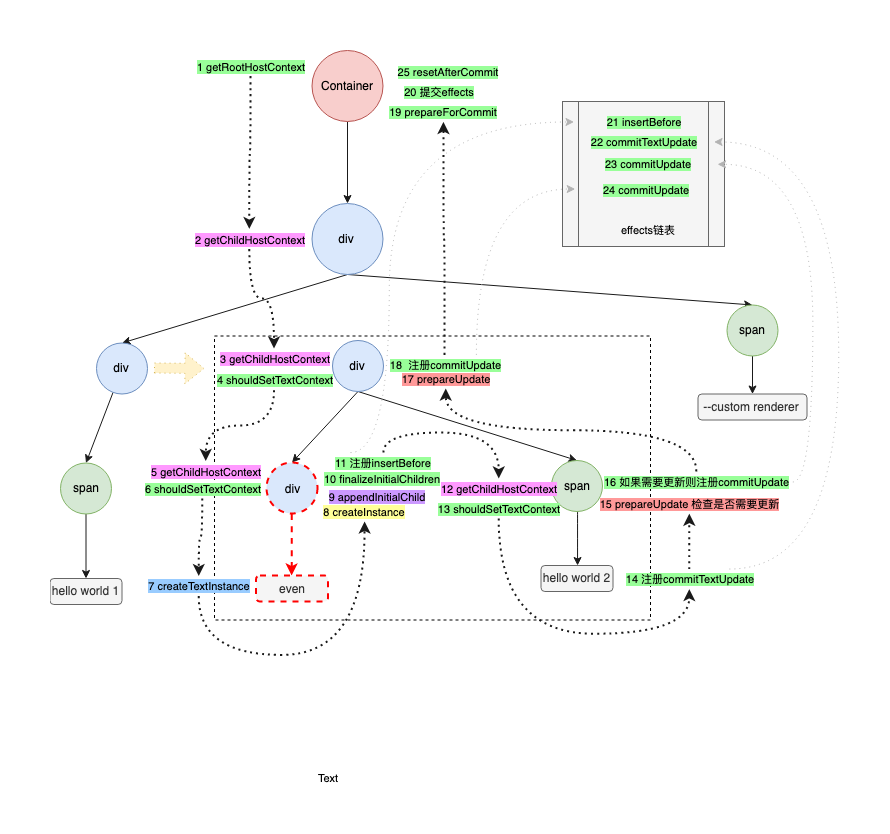
Earlier version of the draw.io export source/images/remax/update.png (ivan-94/bobi.ink). Source tidied: cells renumbered, new cells last; positions are measured from the earlier drawing's top-left corner, leaving out a move shared by most shapes.
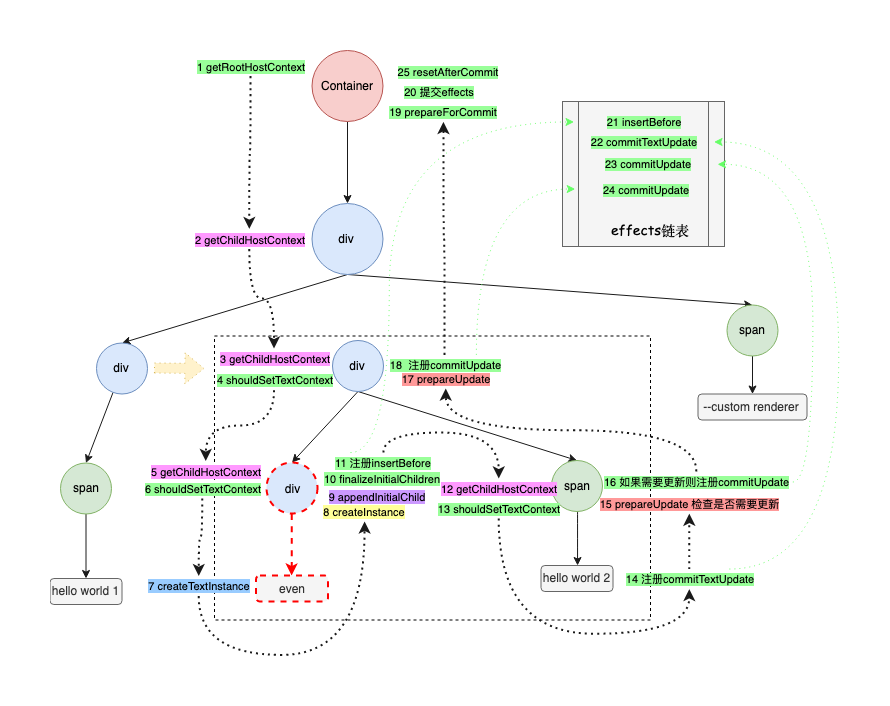
Later version of the same file.

Change to the diagram source:
```diff
@@ -157,7 +157,7 @@
     <mxCell id="48" value="&lt;font style=&quot;font-size: 11px&quot;&gt;12 getChildHostContext&lt;/font&gt;" style="text;html=1;strokeColor=none;fillColor=none;align=center;verticalAlign=middle;whiteSpace=wrap;rounded=0;dashed=1;labelBackgroundColor=#FF99FF;" parent="1" vertex="1">
       <mxGeometry x="384" y="428" width="128" height="20" as="geometry" />
     </mxCell>
-    <mxCell id="49" style="edgeStyle=orthogonalEdgeStyle;curved=1;rounded=0;jettySize=auto;html=1;exitX=0.25;exitY=0;exitDx=0;exitDy=0;entryX=0;entryY=0.5;entryDx=0;entryDy=0;dashed=1;dashPattern=1 4;strokeColor=#B3B3B3;fontSize=11;" parent="1" edge="1" source="51" target="43">
+    <mxCell id="49" style="edgeStyle=orthogonalEdgeStyle;curved=1;rounded=0;jettySize=auto;html=1;exitX=0.25;exitY=0;exitDx=0;exitDy=0;entryX=0;entryY=0.5;entryDx=0;entryDy=0;dashed=1;dashPattern=1 4;strokeColor=#66FF66;fontSize=11;" parent="1" edge="1" source="51" target="43">
       <mxGeometry relative="1" as="geometry">
         <Array as="points">
           <mxPoint x="339" y="402" />
@@ -171,7 +171,7 @@
     <mxCell id="51" value="11 注册insertBefore" style="text;html=1;strokeColor=none;fillColor=none;align=center;verticalAlign=middle;whiteSpace=wrap;rounded=0;dashed=1;labelBackgroundColor=#99FF99;fontSize=11;" parent="1" vertex="1">
       <mxGeometry x="268.5" y="402.5" width="128" height="20" as="geometry" />
     </mxCell>
-    <mxCell id="52" style="edgeStyle=orthogonalEdgeStyle;curved=1;rounded=0;jettySize=auto;html=1;exitX=0.75;exitY=0;exitDx=0;exitDy=0;dashed=1;dashPattern=1 4;strokeColor=#B3B3B3;fontSize=11;entryX=1;entryY=0.5;entryDx=0;entryDy=0;" parent="1" edge="1" source="54" target="55">
+    <mxCell id="52" style="edgeStyle=orthogonalEdgeStyle;curved=1;rounded=0;jettySize=auto;html=1;exitX=0.75;exitY=0;exitDx=0;exitDy=0;dashed=1;dashPattern=1 4;strokeColor=#66FF66;fontSize=11;entryX=1;entryY=0.5;entryDx=0;entryDy=0;" parent="1" edge="1" source="54" target="55">
       <mxGeometry relative="1" as="geometry">
         <Array as="points">
           <mxPoint x="788" y="519" />
@@ -191,7 +191,7 @@
     <mxCell id="56" style="edgeStyle=orthogonalEdgeStyle;curved=1;rounded=0;jettySize=auto;html=1;exitX=0.5;exitY=0;exitDx=0;exitDy=0;dashed=1;dashPattern=1 2;strokeColor=#1A1A1A;fontSize=11;strokeWidth=2;" parent="1" edge="1" source="58" target="41">
       <mxGeometry relative="1" as="geometry" />
     </mxCell>
-    <mxCell id="57" style="edgeStyle=orthogonalEdgeStyle;curved=1;rounded=0;jettySize=auto;html=1;exitX=1;exitY=0.5;exitDx=0;exitDy=0;entryX=1;entryY=0.5;entryDx=0;entryDy=0;dashed=1;dashPattern=1 4;strokeColor=#B3B3B3;fontSize=11;" parent="1" edge="1" source="58" target="59">
+    <mxCell id="57" style="edgeStyle=orthogonalEdgeStyle;curved=1;rounded=0;jettySize=auto;html=1;exitX=1;exitY=0.5;exitDx=0;exitDy=0;entryX=1;entryY=0.5;entryDx=0;entryDy=0;dashed=1;dashPattern=1 4;strokeColor=#66FF66;fontSize=11;" parent="1" edge="1" source="58" target="59">
       <mxGeometry relative="1" as="geometry">
         <Array as="points">
           <mxPoint x="762" y="431" />
@@ -205,7 +205,7 @@
     <mxCell id="59" value="23 commitUpdate" style="text;html=1;strokeColor=none;fillColor=none;align=center;verticalAlign=middle;whiteSpace=wrap;rounded=0;dashed=1;labelBackgroundColor=#99FF99;fontSize=11;" parent="1" vertex="1">
       <mxGeometry x="526.5" y="103.5" width="140" height="20" as="geometry" />
     </mxCell>
-    <mxCell id="60" style="edgeStyle=orthogonalEdgeStyle;curved=1;rounded=0;jettySize=auto;html=1;exitX=0.75;exitY=0;exitDx=0;exitDy=0;entryX=0;entryY=0.5;entryDx=0;entryDy=0;dashed=1;dashPattern=1 4;strokeColor=#B3B3B3;fontSize=11;" parent="1" edge="1" source="62" target="64">
+    <mxCell id="60" style="edgeStyle=orthogonalEdgeStyle;curved=1;rounded=0;jettySize=auto;html=1;exitX=0.75;exitY=0;exitDx=0;exitDy=0;entryX=0;entryY=0.5;entryDx=0;entryDy=0;dashed=1;dashPattern=1 4;strokeColor=#66FF66;fontSize=11;" parent="1" edge="1" source="62" target="64">
       <mxGeometry relative="1" as="geometry" />
     </mxCell>
     <mxCell id="61" style="edgeStyle=orthogonalEdgeStyle;curved=1;rounded=0;jettySize=auto;html=1;exitX=0.5;exitY=0;exitDx=0;exitDy=0;entryX=0.5;entryY=1;entryDx=0;entryDy=0;dashed=1;dashPattern=1 2;strokeColor=#1A1A1A;fontSize=11;strokeWidth=2;" parent="1" edge="1" source="62" target="42">
@@ -223,11 +223,8 @@
     <mxCell id="65" value="25 resetAfterCommit" style="text;html=1;strokeColor=none;fillColor=none;align=center;verticalAlign=middle;whiteSpace=wrap;rounded=0;dashed=1;labelBackgroundColor=#99FF99;fontSize=11;" parent="1" vertex="1">
       <mxGeometry x="332.5" y="11" width="128" height="20" as="geometry" />
     </mxCell>
-    <mxCell id="66" value="effects链表" style="text;html=1;strokeColor=none;fillColor=none;align=center;verticalAlign=middle;whiteSpace=wrap;rounded=0;labelBackgroundColor=none;fontSize=11;" parent="1" vertex="1">
-      <mxGeometry x="566.5" y="169" width="60" height="20" as="geometry" />
+    <mxCell id="66" value="&lt;font style=&quot;font-size: 14px&quot;&gt;effects链表&lt;/font&gt;" style="text;html=1;strokeColor=none;fillColor=none;align=center;verticalAlign=middle;whiteSpace=wrap;rounded=0;labelBackgroundColor=none;fontSize=11;fontFamily=Comic Sans MS;" parent="1" vertex="1">
+      <mxGeometry x="555" y="169" width="88" height="20" as="geometry" />
     </mxCell>
-    <mxCell id="67" value="Text" style="text;html=1;align=left;verticalAlign=top;spacingTop=-4;fontSize=11;" parent="1" vertex="1">
-      <mxGeometry x="266" y="719" width="30" height="13" as="geometry" />
-    </mxCell>
   </root>
 </mxGraphModel>
```
